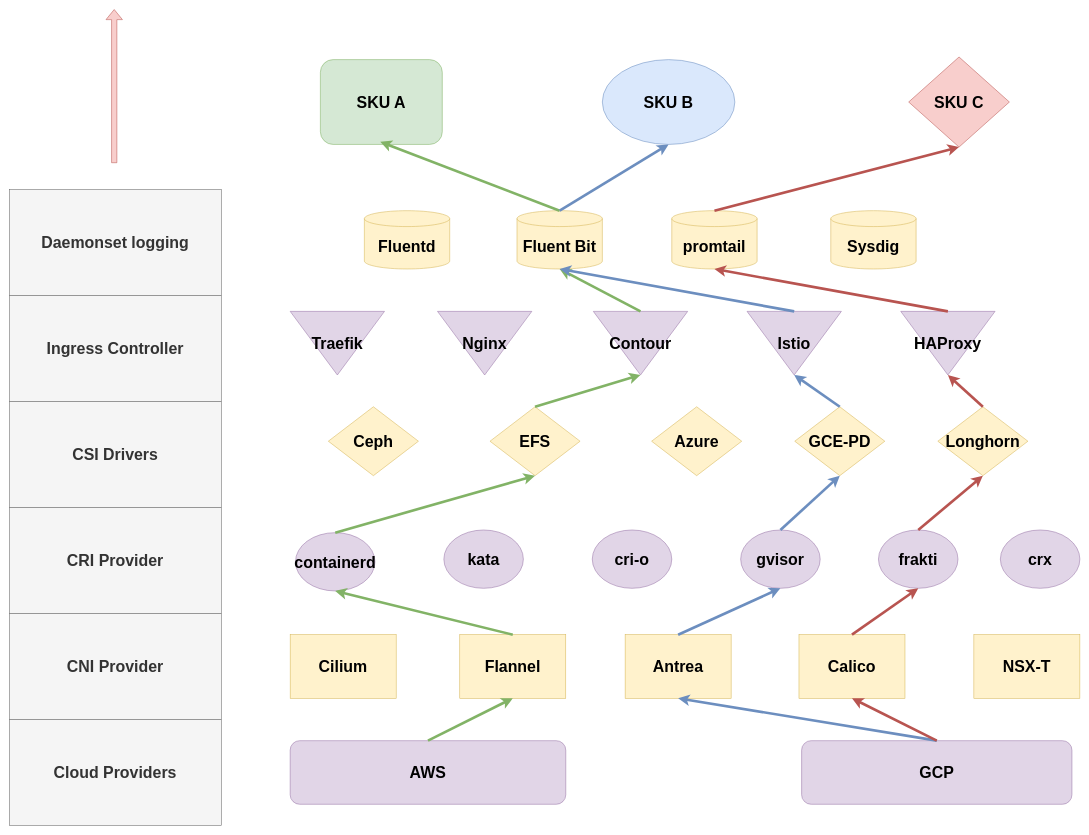
Before: WIP/diagrams/sku.drawio in salt-labs/docs, a draw.io diagram. Source tidied: cells renumbered, new cells numbered last; positions are measured from the earlier drawing's top-left corner, leaving out a move shared by most shapes. Both pictures are drawn from the tidied source at 53%, with x=0, y=0 at pixel (9, 9).
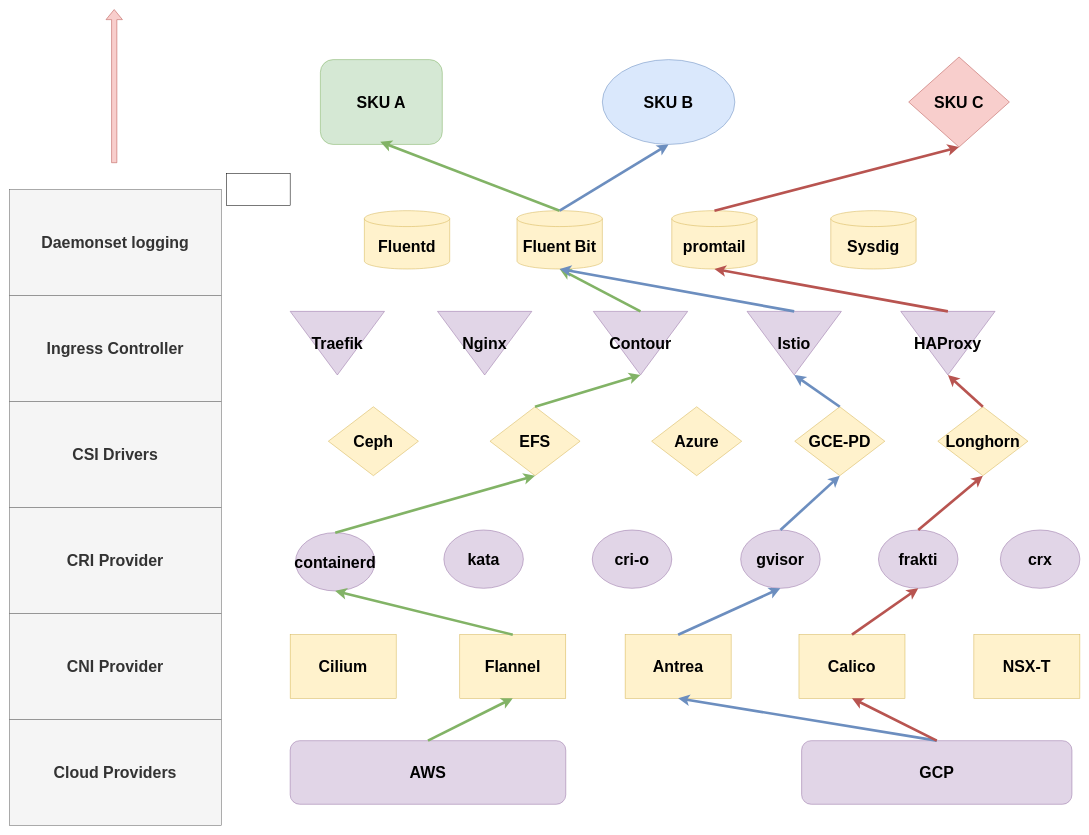
Above is the later version.

Change to the diagram source:
```diff
@@
+    <mxCell id="57" style="whiteSpace=wrap;html=1;" parent="1" vertex="1">
+      <mxGeometry x="410" y="310" width="120" height="60" as="geometry" />
+    </mxCell>
```
